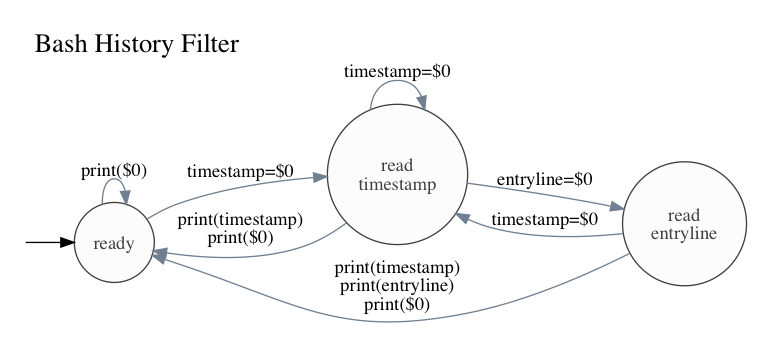
ivanbrennan/dotfiles keeps this Graphviz diagram as shell/bash_history_filter_awk.png. Above is the earlier version. Its source is kept beside it as shell/bash_history_filter_awk.gv.
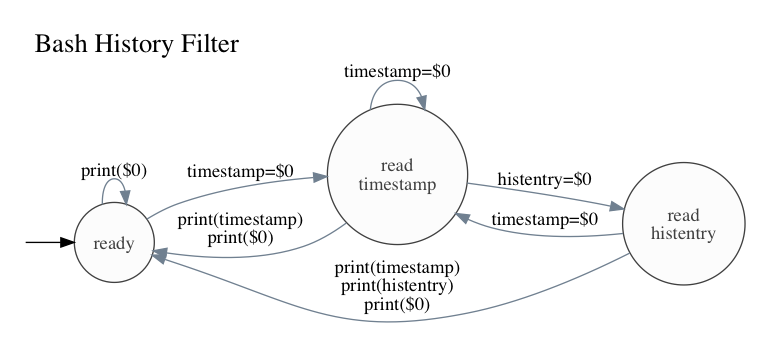
The same diagram one commit later.

Commit message:
update bash_history_filter_awk graph

Change to the diagram source:
```diff
@@ -7,7 +7,7 @@
   start [ label = "", fixedsize = "false", width = 0, height = 0, shape = none ];
   ready;
   readtimestamp [ label = "read\ntimestamp" ];
-  readentryline [ label = "read\nentryline" ];
+  readhistentry [ label = "read\nhistentry" ];
 
   start -> ready [ color = black ];
 
@@ -16,8 +16,8 @@
 
   readtimestamp -> readtimestamp [ label = "timestamp=$0" ];
   readtimestamp -> ready         [ label = "print(timestamp)\nprint($0)" ];
-  readtimestamp -> readentryline [ label = "entryline=$0" ];
+  readtimestamp -> readhistentry [ label = "histentry=$0" ];
 
-  readentryline -> ready         [ label = "print(timestamp)\nprint(entryline)\nprint($0)" ];
-  readentryline -> readtimestamp [ label = "timestamp=$0" ];
+  readhistentry -> ready         [ label = "print(timestamp)\nprint(histentry)\nprint($0)" ];
+  readhistentry -> readtimestamp [ label = "timestamp=$0" ];
 }
```
